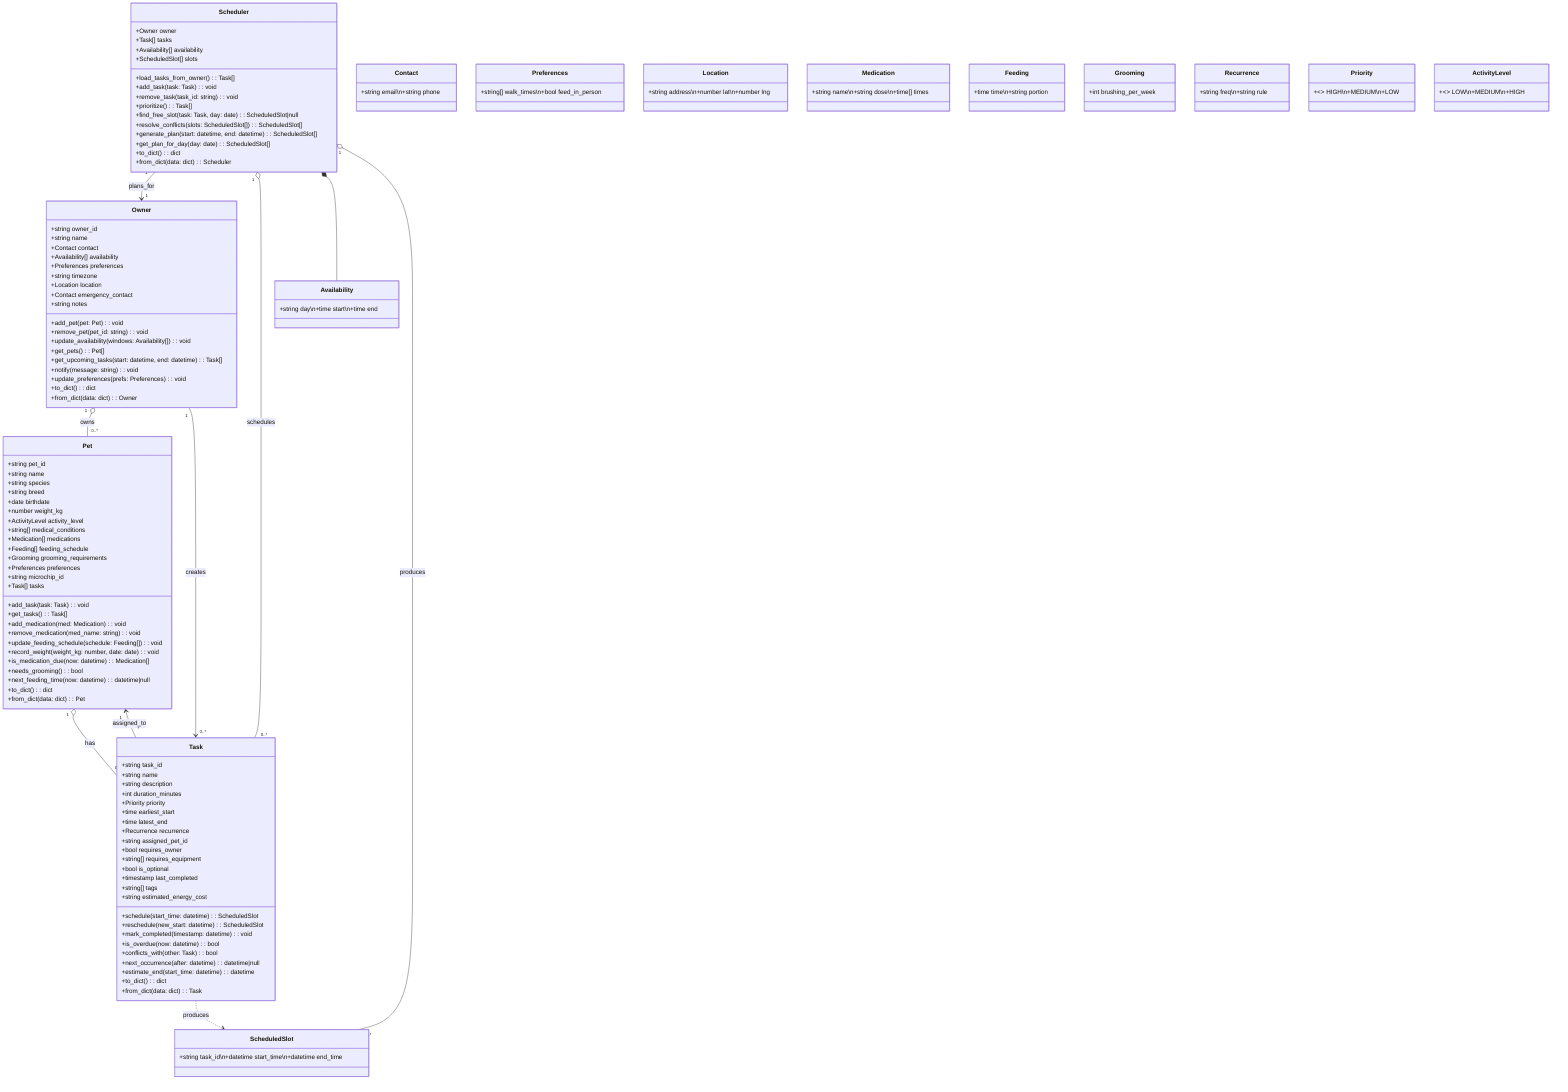
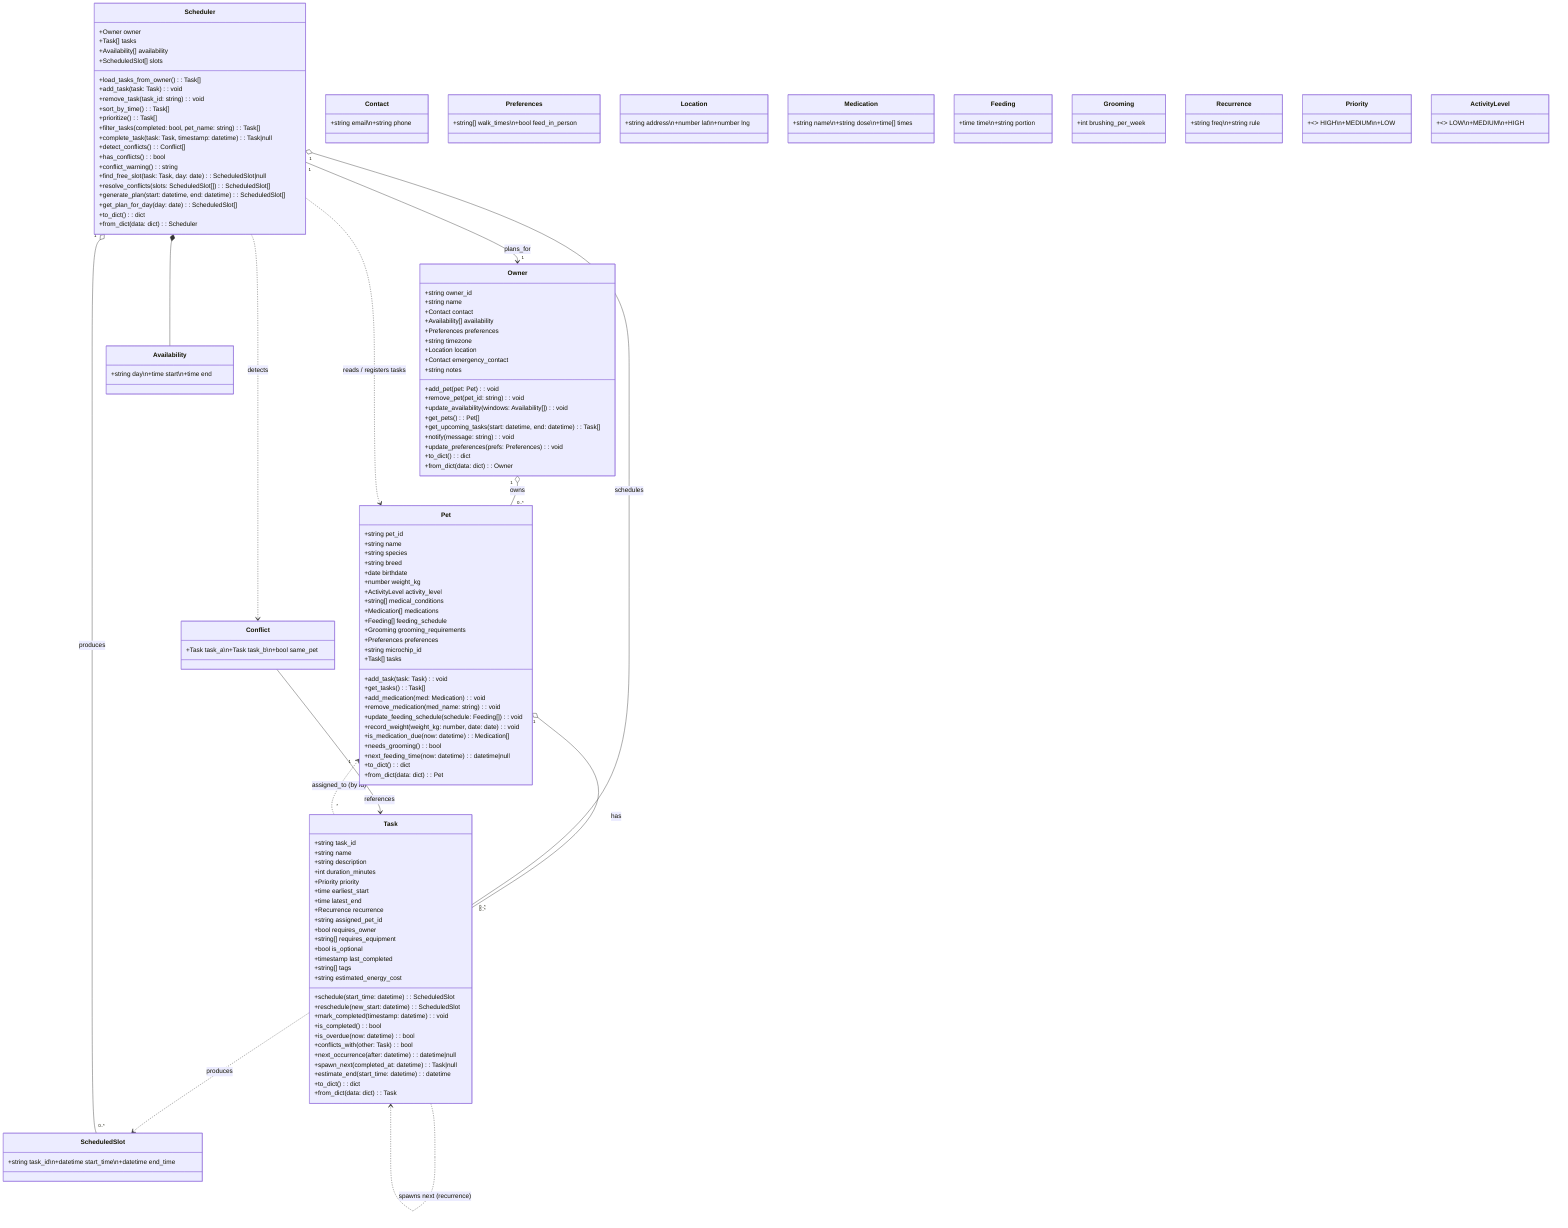
```mermaid
classDiagram
    class Owner {
        +string owner_id
        +string name
        +Contact contact
        +Availability[] availability
        +Preferences preferences
        +string timezone
        +Location location
        +Contact emergency_contact
        +string notes

        +add_pet(pet: Pet) : void
        +remove_pet(pet_id: string) : void
        +update_availability(windows: Availability[]) : void
        +get_pets() : Pet[]
        +get_upcoming_tasks(start: datetime, end: datetime) : Task[]
        +notify(message: string) : void
        +update_preferences(prefs: Preferences) : void
        +to_dict() : dict
        +from_dict(data: dict) : Owner
    }

    class Pet {
        +string pet_id
        +string name
        +string species
        +string breed
        +date birthdate
        +number weight_kg
        +ActivityLevel activity_level
        +string[] medical_conditions
        +Medication[] medications
        +Feeding[] feeding_schedule
        +Grooming grooming_requirements
        +Preferences preferences
        +string microchip_id
        +Task[] tasks

        +add_task(task: Task) : void
        +get_tasks() : Task[]
        +add_medication(med: Medication) : void
        +remove_medication(med_name: string) : void
        +update_feeding_schedule(schedule: Feeding[]) : void
        +record_weight(weight_kg: number, date: date) : void
        +is_medication_due(now: datetime) : Medication[]
        +needs_grooming() : bool
        +next_feeding_time(now: datetime) : datetime|null
        +to_dict() : dict
        +from_dict(data: dict) : Pet
    }

    class Task {
        +string task_id
        +string name
        +string description
        +int duration_minutes
        +Priority priority
        +time earliest_start
        +time latest_end
        +Recurrence recurrence
        +string assigned_pet_id
        +bool requires_owner
        +string[] requires_equipment
        +bool is_optional
        +timestamp last_completed
        +string[] tags
        +string estimated_energy_cost

        +schedule(start_time: datetime) : ScheduledSlot
        +reschedule(new_start: datetime) : ScheduledSlot
        +mark_completed(timestamp: datetime) : void
+         +is_completed() : bool
        +is_overdue(now: datetime) : bool
        +conflicts_with(other: Task) : bool
        +next_occurrence(after: datetime) : datetime|null
+         +spawn_next(completed_at: datetime) : Task|null
        +estimate_end(start_time: datetime) : datetime
        +to_dict() : dict
        +from_dict(data: dict) : Task
    }

    class Scheduler {
        +Owner owner
        +Task[] tasks
        +Availability[] availability
        +ScheduledSlot[] slots

        +load_tasks_from_owner() : Task[]
        +add_task(task: Task) : void
        +remove_task(task_id: string) : void
+         +sort_by_time() : Task[]
        +prioritize() : Task[]
+         +filter_tasks(completed: bool, pet_name: string) : Task[]
+         +complete_task(task: Task, timestamp: datetime) : Task|null
+         +detect_conflicts() : Conflict[]
+         +has_conflicts() : bool
+         +conflict_warning() : string
        +find_free_slot(task: Task, day: date) : ScheduledSlot|null
        +resolve_conflicts(slots: ScheduledSlot[]) : ScheduledSlot[]
        +generate_plan(start: datetime, end: datetime) : ScheduledSlot[]
        +get_plan_for_day(day: date) : ScheduledSlot[]
        +to_dict() : dict
        +from_dict(data: dict) : Scheduler
    }

    %% Supporting/value objects
    class Contact { +string email\n+string phone }
    class Availability { +string day\n+time start\n+time end }
    class Preferences { +string[] walk_times\n+bool feed_in_person }
    class Location { +string address\n+number lat\n+number lng }
    class Medication { +string name\n+string dose\n+time[] times }
    class Feeding { +time time\n+string portion }
    class Grooming { +int brushing_per_week }
    class Recurrence { +string freq\n+string rule }
    class ScheduledSlot { +string task_id\n+datetime start_time\n+datetime end_time }
+     class Conflict { +Task task_a\n+Task task_b\n+bool same_pet }

    %% Enumerations (represented as classes for clarity)
    class Priority { +<<enumeration>> HIGH\n+MEDIUM\n+LOW }
    class ActivityLevel { +<<enumeration>> LOW\n+MEDIUM\n+HIGH }

    %% Relationships
    Owner "1" o-- "0..*" Pet : owns
    Pet "1" o-- "0..*" Task : has
-     Task "*" --> "1" Pet : assigned_to
-     Owner "1" --> "0..*" Task : creates
+     Task "*" ..> "1" Pet : assigned_to (by id)
    Task ..> ScheduledSlot : produces
+     Task ..> Task : spawns next (recurrence)
    Scheduler "1" --> "1" Owner : plans_for
    Scheduler "1" o-- "0..*" Task : schedules
+     Scheduler ..> Pet : reads / registers tasks
    Scheduler *-- Availability
    Scheduler "1" o-- "0..*" ScheduledSlot : produces
+     Scheduler ..> Conflict : detects
+     Conflict --> Task : references
```
